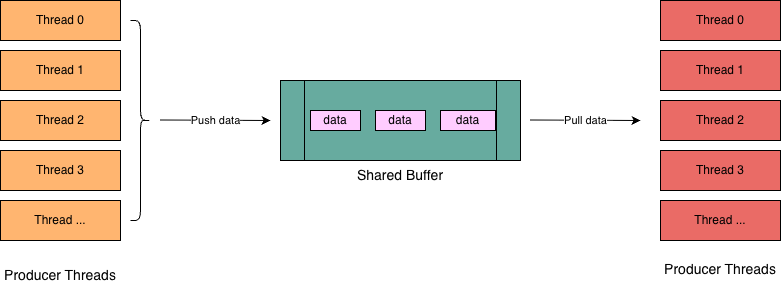
Above: Multithreading/Producer Consumer/Producer Consumer.drawio.png in pawan1mehta/Low-Level-Design (draw.io), before the change. Source tidied: cells renumbered, new cells last; positions are measured from the earlier drawing's top-left corner, leaving out a move shared by most shapes.
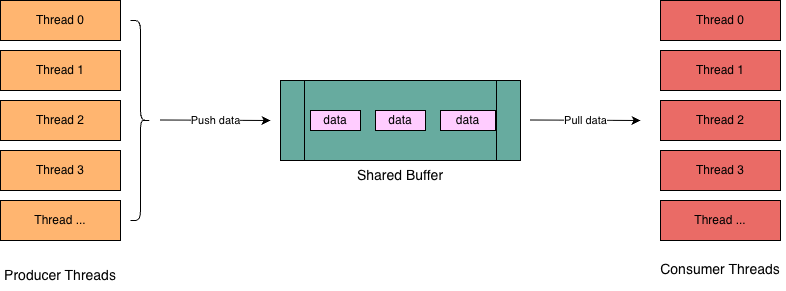
The same diagram one commit later.

The edit, as a diff of the source:
```diff
@@ -62,8 +62,8 @@
     <mxCell id="19" value="&lt;font style=&quot;font-size: 14px;&quot;&gt;Producer Threads&lt;/font&gt;" style="text;html=1;whiteSpace=wrap;strokeColor=none;fillColor=none;align=center;verticalAlign=middle;rounded=0;" parent="1" vertex="1">
       <mxGeometry y="260" width="120" height="30" as="geometry" />
     </mxCell>
-    <mxCell id="20" value="&lt;font style=&quot;font-size: 14px;&quot;&gt;Producer Threads&lt;/font&gt;" style="text;html=1;whiteSpace=wrap;strokeColor=none;fillColor=none;align=center;verticalAlign=middle;rounded=0;" parent="1" vertex="1">
-      <mxGeometry x="660" y="254" width="120" height="30" as="geometry" />
+    <mxCell id="20" value="&lt;font style=&quot;font-size: 14px;&quot;&gt;Consumer Threads&lt;/font&gt;" style="text;html=1;whiteSpace=wrap;strokeColor=none;fillColor=none;align=center;verticalAlign=middle;rounded=0;" parent="1" vertex="1">
+      <mxGeometry x="655" y="254" width="130" height="30" as="geometry" />
     </mxCell>
     <mxCell id="21" value="data" style="rounded=0;whiteSpace=wrap;html=1;fillColor=#FFCCFF;" parent="1" vertex="1">
       <mxGeometry x="310" y="110" width="50" height="20" as="geometry" />
```
